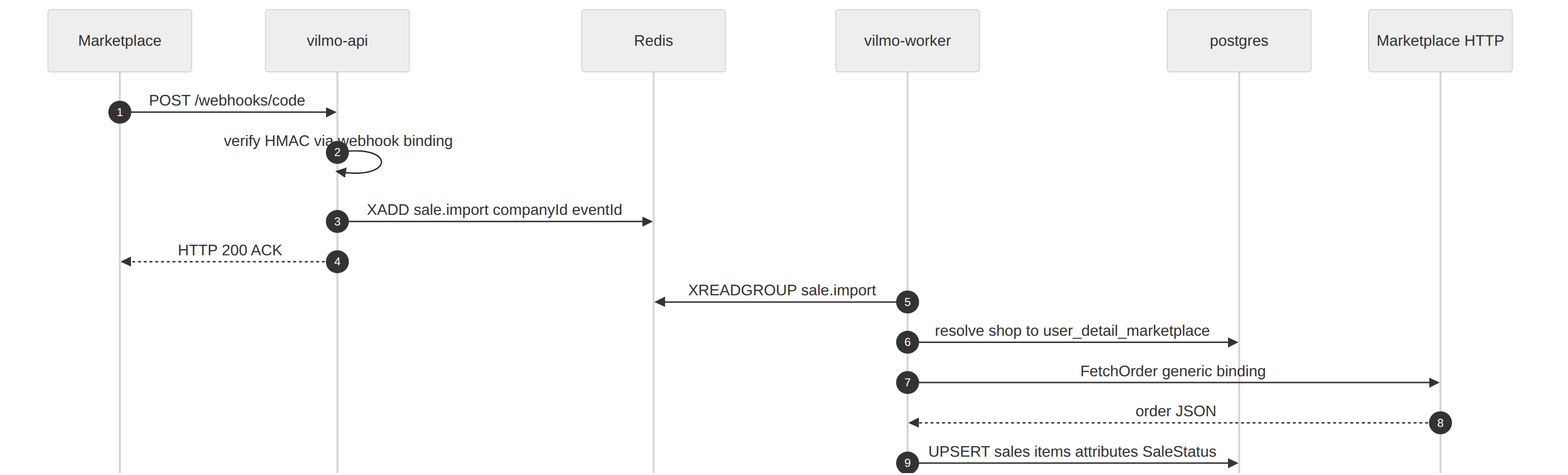
Before: MD/architecture/arch_02_seq_webhook_sale.png, a diagram exported from Mermaid (andrevilmo/VilmoMarketingEngine). Its source is kept beside it as MD/architecture/arch_02_seq_webhook_sale.mmd. Source of this version:
```mermaid
sequenceDiagram
  autonumber
  participant MP as Marketplace
  participant Api as vilmo-api
  participant Redis
  participant Worker as vilmo-worker
  participant Pg as postgres
  participant MPAPI as Marketplace HTTP

  MP->>Api: POST /webhooks/code
  Api->>Api: verify HMAC via webhook binding
  Api->>Redis: XADD sale.import companyId eventId
  Api-->>MP: HTTP 200 ACK
  Worker->>Redis: XREADGROUP sale.import
  Worker->>Pg: resolve shop to user_detail_marketplace
  Worker->>MPAPI: FetchOrder generic binding
  MPAPI-->>Worker: order JSON
  Worker->>Pg: UPSERT sales items attributes SaleStatus
```
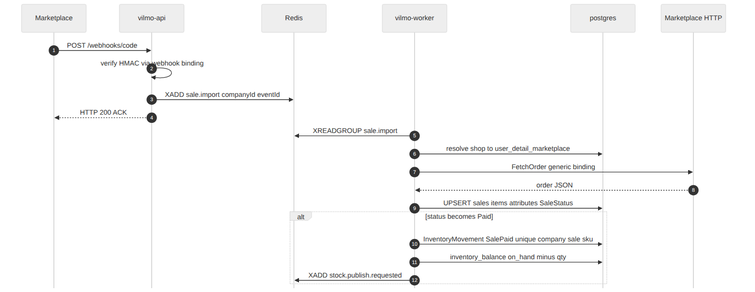
Later version of the same file.

What changed in the source:
```diff
@@ -16,3 +16,8 @@
   Worker->>MPAPI: FetchOrder generic binding
   MPAPI-->>Worker: order JSON
   Worker->>Pg: UPSERT sales items attributes SaleStatus
+  alt status becomes Paid
+    Worker->>Pg: InventoryMovement SalePaid unique company sale sku
+    Worker->>Pg: inventory_balance on_hand minus qty
+    Worker->>Redis: XADD stock.publish.requested
+  end
```
